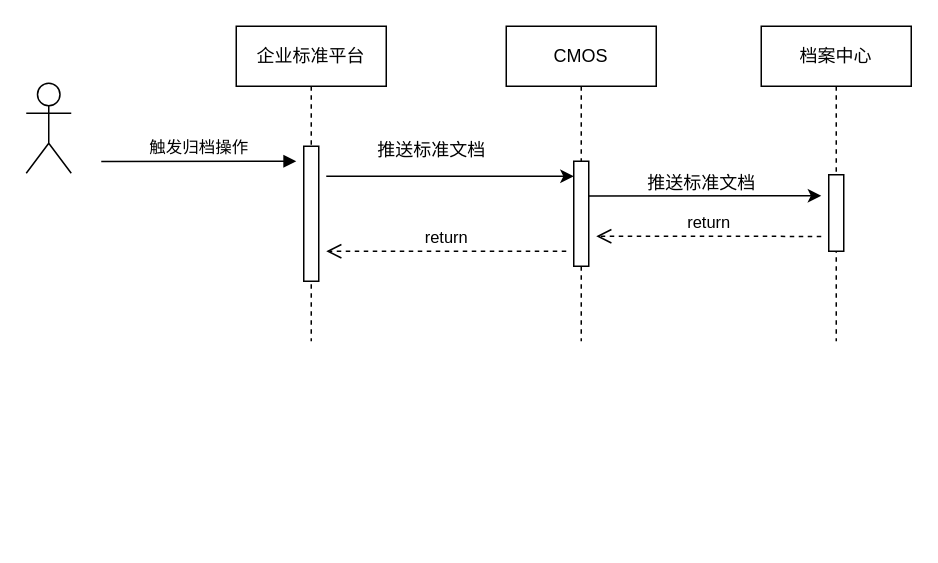
Earlier version of the draw.io diagram 设计相关/标准化项目外部接口.drawio (DemonHan/KuickBuy). Source tidied: cells renumbered, new cells numbered last; positions are measured from the earlier drawing's top-left corner, leaving out a move shared by most shapes. Both pictures are drawn from the tidied source at 150%, with x=0, y=0 at pixel (26, 26).
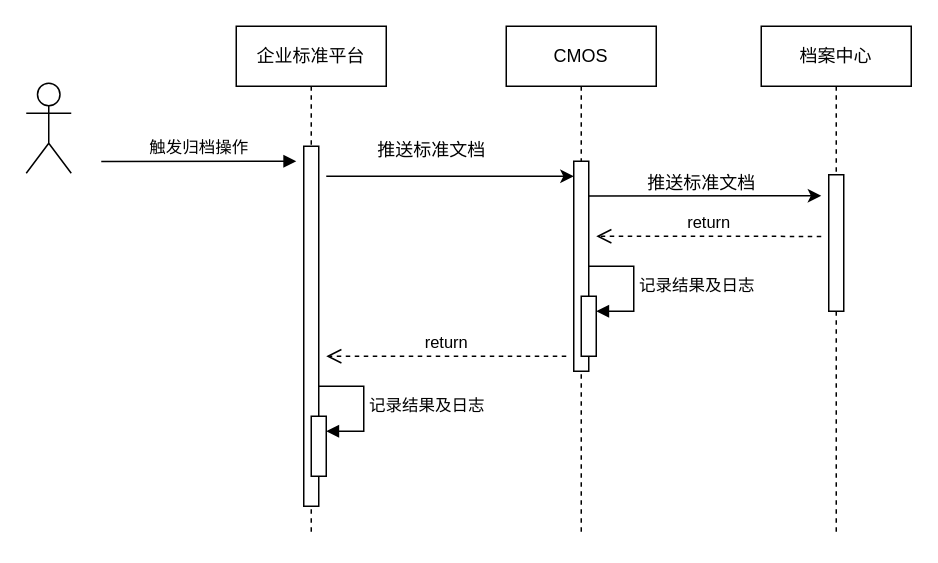
After the change.

Commit message (it also covers changes not shown here):
更新标准化项目外部接口.drawio

What changed in the source:
```diff
@@
     <mxCell id="2" value="企业标准平台" style="shape=umlLifeline;perimeter=lifelinePerimeter;whiteSpace=wrap;html=1;newEdgeStyle={&quot;edgeStyle&quot;:&quot;elbowEdgeStyle&quot;,&quot;elbow&quot;:&quot;vertical&quot;,&quot;curved&quot;:0,&quot;rounded&quot;:0};" parent="1" vertex="1">
-      <mxGeometry x="140" width="100" height="210" as="geometry" />
+      <mxGeometry x="140" width="100" height="340" as="geometry" />
     </mxCell>
     <mxCell id="3" style="html=1;perimeter=orthogonalPerimeter;targetShapes=umlLifeline;newEdgeStyle={&quot;edgeStyle&quot;:&quot;elbowEdgeStyle&quot;,&quot;elbow&quot;:&quot;vertical&quot;,&quot;curved&quot;:0,&quot;rounded&quot;:0};" parent="2" vertex="1">
-      <mxGeometry x="45" y="80" width="10" height="90" as="geometry" />
+      <mxGeometry x="45" y="80" width="10" height="240" as="geometry" />
     </mxCell>
+    <mxCell id="16" style="html=1;points=[];perimeter=orthogonalPerimeter;outlineConnect=0;targetShapes=umlLifeline;portConstraint=eastwest;newEdgeStyle={&quot;edgeStyle&quot;:&quot;elbowEdgeStyle&quot;,&quot;elbow&quot;:&quot;vertical&quot;,&quot;curved&quot;:0,&quot;rounded&quot;:0};" parent="2" vertex="1">
+      <mxGeometry x="50" y="260" width="10" height="40" as="geometry" />
+    </mxCell>
+    <mxCell id="17" value="记录结果及日志" style="html=1;align=left;spacingLeft=2;endArrow=block;rounded=0;edgeStyle=orthogonalEdgeStyle;curved=0;rounded=0;" parent="2" edge="1" target="16">
+      <mxGeometry relative="1" as="geometry">
+        <mxPoint x="55" y="240" as="sourcePoint" />
+        <Array as="points">
+          <mxPoint x="85" y="270" />
+        </Array>
+      </mxGeometry>
+    </mxCell>
@@
     <mxCell id="5" value="CMOS" style="shape=umlLifeline;perimeter=lifelinePerimeter;whiteSpace=wrap;html=1;newEdgeStyle={&quot;edgeStyle&quot;:&quot;elbowEdgeStyle&quot;,&quot;elbow&quot;:&quot;vertical&quot;,&quot;curved&quot;:0,&quot;rounded&quot;:0};" parent="1" vertex="1">
-      <mxGeometry x="320" width="100" height="210" as="geometry" />
+      <mxGeometry x="320" width="100" height="340" as="geometry" />
     </mxCell>
     <mxCell id="6" style="html=1;perimeter=orthogonalPerimeter;targetShapes=umlLifeline;newEdgeStyle={&quot;edgeStyle&quot;:&quot;elbowEdgeStyle&quot;,&quot;elbow&quot;:&quot;vertical&quot;,&quot;curved&quot;:0,&quot;rounded&quot;:0};" parent="5" vertex="1">
-      <mxGeometry x="45" y="90" width="10" height="70" as="geometry" />
+      <mxGeometry x="45" y="90" width="10" height="140" as="geometry" />
     </mxCell>
+    <mxCell id="18" style="html=1;points=[];perimeter=orthogonalPerimeter;outlineConnect=0;targetShapes=umlLifeline;portConstraint=eastwest;newEdgeStyle={&quot;edgeStyle&quot;:&quot;elbowEdgeStyle&quot;,&quot;elbow&quot;:&quot;vertical&quot;,&quot;curved&quot;:0,&quot;rounded&quot;:0};" parent="5" vertex="1">
+      <mxGeometry x="50" y="180" width="10" height="40" as="geometry" />
+    </mxCell>
+    <mxCell id="19" value="记录结果及日志" style="html=1;align=left;spacingLeft=2;endArrow=block;rounded=0;edgeStyle=orthogonalEdgeStyle;curved=0;rounded=0;" parent="5" edge="1" target="18">
+      <mxGeometry relative="1" as="geometry">
+        <mxPoint x="55" y="160" as="sourcePoint" />
+        <Array as="points">
+          <mxPoint x="85" y="190" />
+        </Array>
+      </mxGeometry>
+    </mxCell>
     <mxCell id="7" value="档案中心" style="shape=umlLifeline;perimeter=lifelinePerimeter;whiteSpace=wrap;html=1;newEdgeStyle={&quot;edgeStyle&quot;:&quot;elbowEdgeStyle&quot;,&quot;elbow&quot;:&quot;vertical&quot;,&quot;curved&quot;:0,&quot;rounded&quot;:0};" parent="1" vertex="1">
-      <mxGeometry x="490" width="100" height="210" as="geometry" />
+      <mxGeometry x="490" width="100" height="340" as="geometry" />
     </mxCell>
     <mxCell id="8" style="html=1;perimeter=orthogonalPerimeter;targetShapes=umlLifeline;newEdgeStyle={&quot;edgeStyle&quot;:&quot;elbowEdgeStyle&quot;,&quot;elbow&quot;:&quot;vertical&quot;,&quot;curved&quot;:0,&quot;rounded&quot;:0};" parent="7" vertex="1">
-      <mxGeometry x="45" y="99" width="10" height="51" as="geometry" />
+      <mxGeometry x="45" y="99" width="10" height="91" as="geometry" />
     </mxCell>
@@
     <mxCell id="14" value="return" style="html=1;verticalAlign=bottom;endArrow=open;dashed=1;endSize=8;edgeStyle=elbowEdgeStyle;elbow=vertical;curved=0;rounded=0;" parent="1" edge="1">
       <mxGeometry relative="1" as="geometry">
-        <mxPoint x="360" y="150" as="sourcePoint" />
-        <mxPoint x="200" y="150" as="targetPoint" />
+        <mxPoint x="360" y="220" as="sourcePoint" />
+        <mxPoint x="200" y="220" as="targetPoint" />
       </mxGeometry>
     </mxCell>
```
